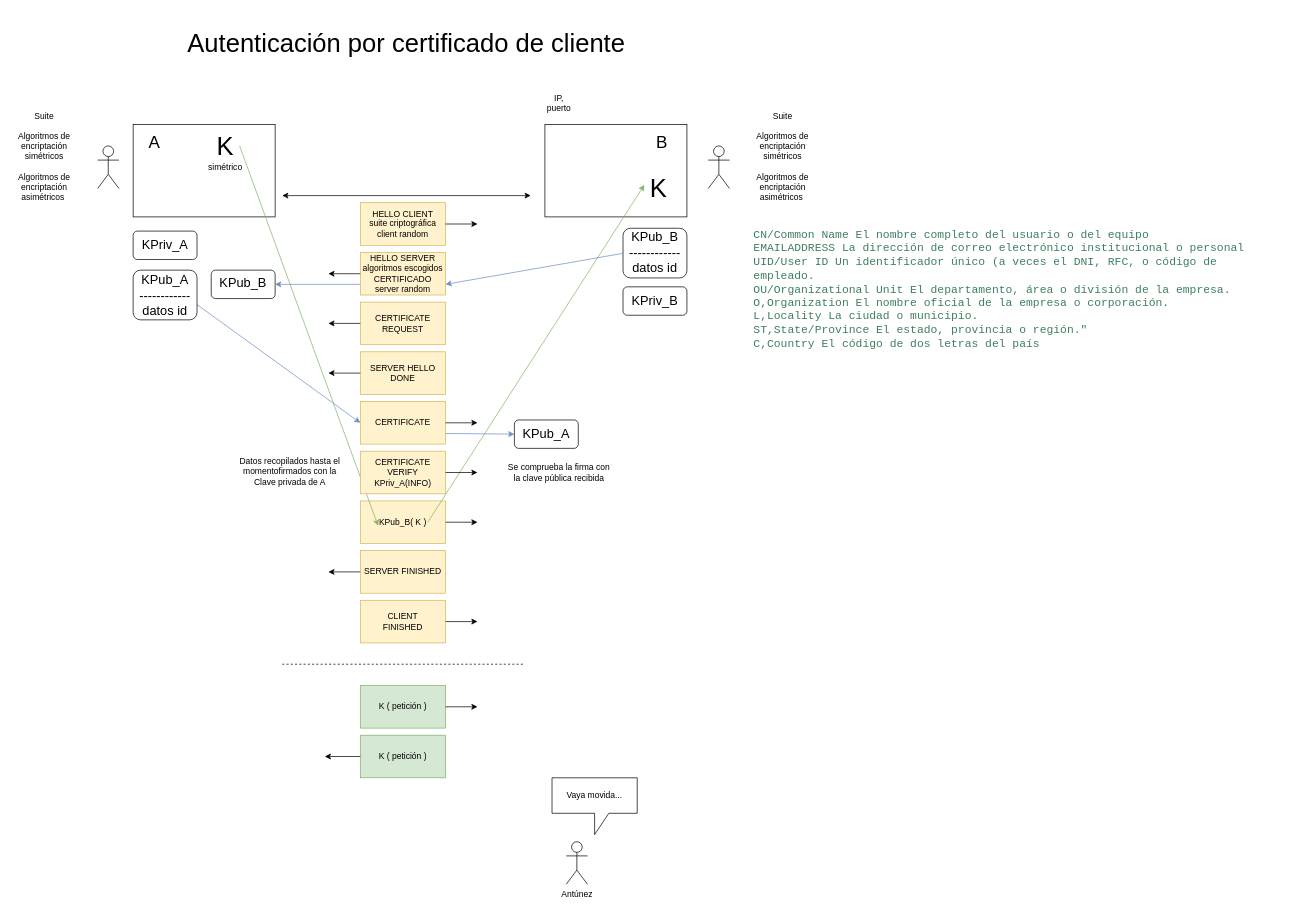
Above: page "Página-26" (16 of 33) of seguridad.drawio in lrag/seguridad_java (draw.io), before the change. Source tidied: cells renumbered, new cells numbered last; positions are measured from the earlier drawing's top-left corner, leaving out a move shared by most shapes. Both pictures are drawn from the tidied source at 71%, with x=0, y=0 at pixel (12, 32).
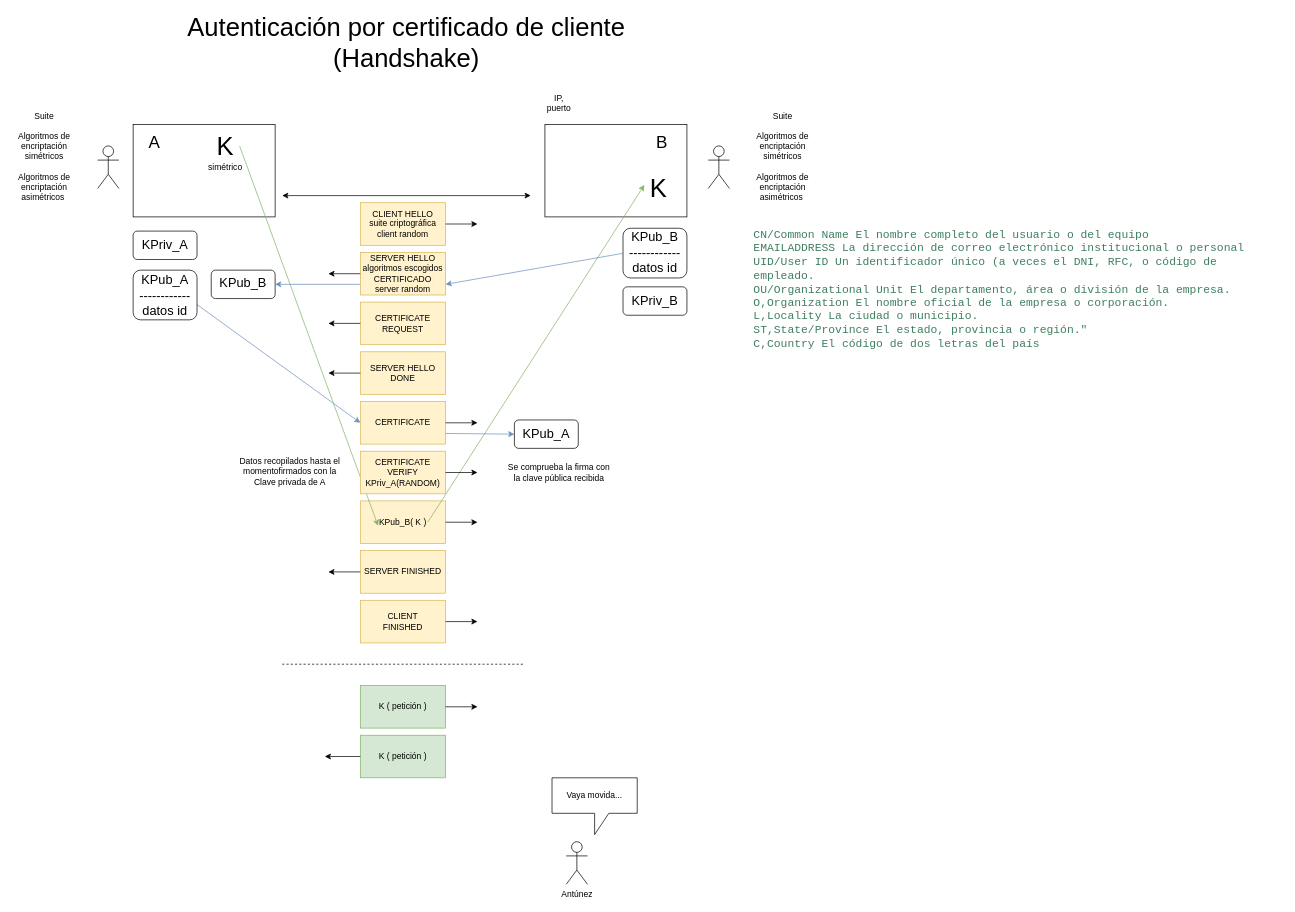
After the change.

What changed in the source:
```diff
@@
-    <mxCell id="8" value="HELLO CLIENT&lt;br&gt;suite criptográfica&lt;br&gt;client random" style="rounded=0;whiteSpace=wrap;html=1;fillColor=#fff2cc;strokeColor=#d6b656;" parent="1" vertex="1">
+    <mxCell id="8" value="CLIENT HELLO&lt;br&gt;suite criptográfica&lt;br&gt;client random" style="rounded=0;whiteSpace=wrap;html=1;fillColor=#fff2cc;strokeColor=#d6b656;" parent="1" vertex="1">
       <mxGeometry x="490" y="240" width="120" height="60" as="geometry" />
     </mxCell>
@@
-    <mxCell id="10" value="HELLO SERVER&lt;br&gt;algoritmos escogidos&lt;br&gt;CERTIFICADO&lt;br&gt;server random" style="rounded=0;whiteSpace=wrap;html=1;fillColor=#fff2cc;strokeColor=#d6b656;" parent="1" vertex="1">
+    <mxCell id="10" value="SERVER HELLO&lt;br&gt;algoritmos escogidos&lt;br&gt;CERTIFICADO&lt;br&gt;server random" style="rounded=0;whiteSpace=wrap;html=1;fillColor=#fff2cc;strokeColor=#d6b656;" parent="1" vertex="1">
       <mxGeometry x="490" y="310" width="120" height="60" as="geometry" />
     </mxCell>
@@
-    <mxCell id="52" value="CERTIFICATE VERIFY&lt;br&gt;KPriv_A(INFO)" style="text;html=1;align=center;verticalAlign=middle;whiteSpace=wrap;rounded=0;" parent="1" vertex="1">
+    <mxCell id="52" value="CERTIFICATE VERIFY&lt;br&gt;KPriv_A(RANDOM)" style="text;html=1;align=center;verticalAlign=middle;whiteSpace=wrap;rounded=0;" parent="1" vertex="1">
       <mxGeometry x="515" y="610" width="70" height="20" as="geometry" />
     </mxCell>
@@
-    <mxCell id="60" value="&lt;font style=&quot;font-size: 36px;&quot;&gt;Autenticación por certificado de cliente&lt;/font&gt;" style="text;html=1;strokeColor=none;fillColor=none;align=center;verticalAlign=middle;whiteSpace=wrap;rounded=0;fontSize=12;" parent="1" vertex="1">
+    <mxCell id="60" value="&lt;font style=&quot;font-size: 36px;&quot;&gt;Autenticación por certificado de cliente&lt;br&gt;(Handshake)&lt;br&gt;&lt;/font&gt;" style="text;html=1;strokeColor=none;fillColor=none;align=center;verticalAlign=middle;whiteSpace=wrap;rounded=0;fontSize=12;" parent="1" vertex="1">
       <mxGeometry x="110" width="890" height="30" as="geometry" />
     </mxCell>
```
